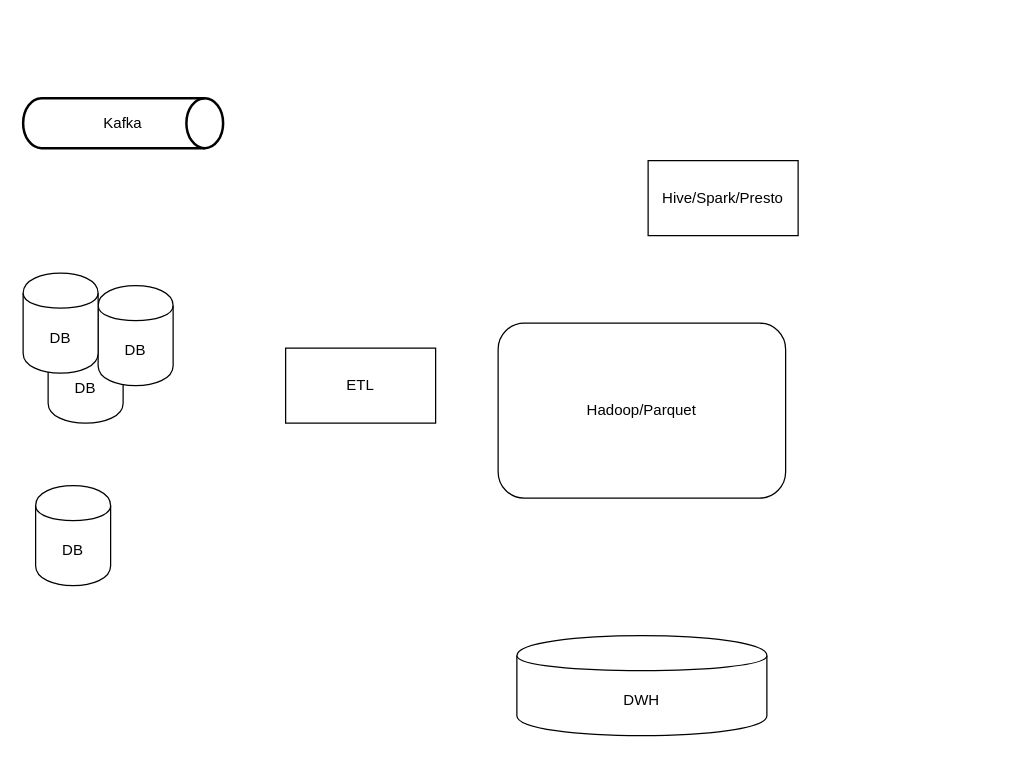
The draw.io diagram task-2/arch.drawio in reuvengi/DE, before the edit. Source tidied: cells renumbered, new cells numbered last; positions are measured from the earlier drawing's top-left corner, leaving out a move shared by most shapes. Both pictures are drawn from the tidied source at 125%, with x=0, y=0 at pixel (22, 98).
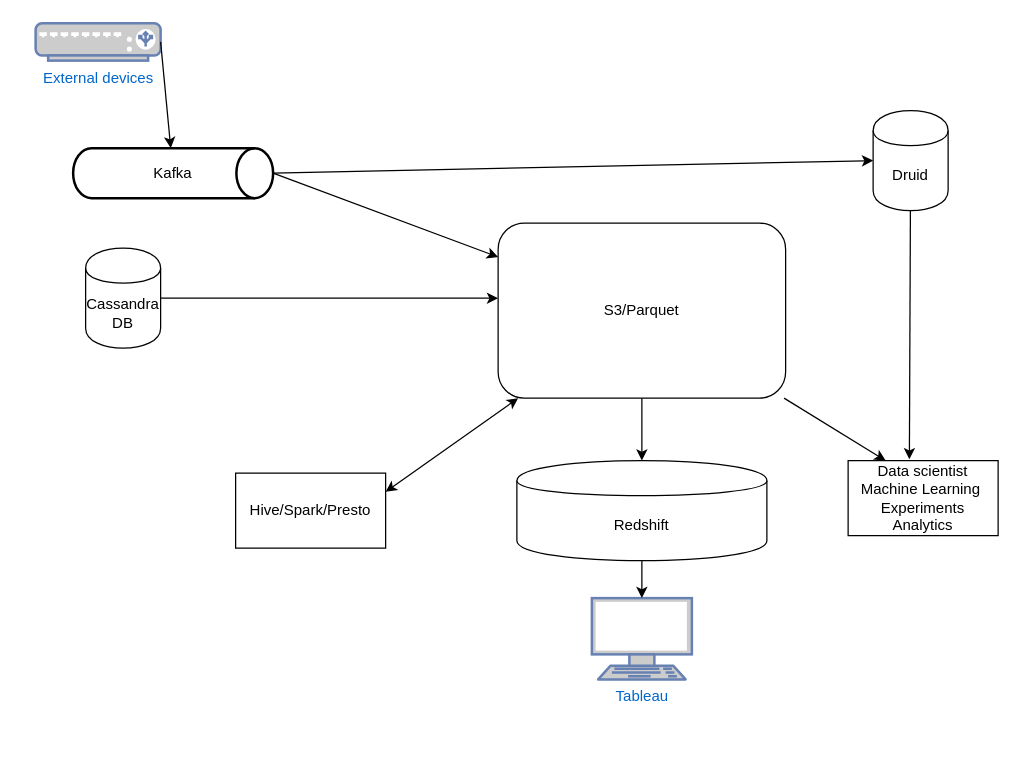
Above is the later version.

What changed in the source:
```diff
@@
-    <mxCell id="2" value="Hadoop/Parquet" style="rounded=1;whiteSpace=wrap;html=1;" parent="1" vertex="1">
-      <mxGeometry x="380" y="180" width="230" height="140" as="geometry" />
+    <mxCell id="2" value="S3/Parquet" style="rounded=1;whiteSpace=wrap;html=1;" parent="1" vertex="1">
+      <mxGeometry x="380" y="100" width="230" height="140" as="geometry" />
     </mxCell>
-    <mxCell id="3" value="ETL" style="rounded=0;whiteSpace=wrap;html=1;" parent="1" vertex="1">
-      <mxGeometry x="210" y="200" width="120" height="60" as="geometry" />
-    </mxCell>
-    <mxCell id="4" value="DB" style="shape=cylinder;whiteSpace=wrap;html=1;boundedLbl=1;backgroundOutline=1;" parent="1" vertex="1">
-      <mxGeometry x="10" y="310" width="60" height="80" as="geometry" />
+    <mxCell id="4" value="Cassandra DB" style="shape=cylinder;whiteSpace=wrap;html=1;boundedLbl=1;backgroundOutline=1;" parent="1" vertex="1">
+      <mxGeometry x="50" y="120" width="60" height="80" as="geometry" />
     </mxCell>
-    <mxCell id="5" value="DB" style="shape=cylinder;whiteSpace=wrap;html=1;boundedLbl=1;backgroundOutline=1;" parent="1" vertex="1">
-      <mxGeometry x="20" y="180" width="60" height="80" as="geometry" />
-    </mxCell>
-    <mxCell id="6" value="DB" style="shape=cylinder;whiteSpace=wrap;html=1;boundedLbl=1;backgroundOutline=1;" parent="1" vertex="1">
-      <mxGeometry x="60" y="150" width="60" height="80" as="geometry" />
-    </mxCell>
-    <mxCell id="7" value="DB" style="shape=cylinder;whiteSpace=wrap;html=1;boundedLbl=1;backgroundOutline=1;" parent="1" vertex="1">
-      <mxGeometry y="140" width="60" height="80" as="geometry" />
-    </mxCell>
     <mxCell id="8" value="Kafka" style="strokeWidth=2;html=1;shape=mxgraph.flowchart.direct_data;whiteSpace=wrap;" parent="1" vertex="1">
-      <mxGeometry width="160" height="40" as="geometry" />
+      <mxGeometry x="40" y="40" width="160" height="40" as="geometry" />
     </mxCell>
-    <mxCell id="9" value="DWH" style="shape=cylinder;whiteSpace=wrap;html=1;boundedLbl=1;backgroundOutline=1;" parent="1" vertex="1">
-      <mxGeometry x="395" y="430" width="200" height="80" as="geometry" />
+    <mxCell id="9" value="Redshift" style="shape=cylinder;whiteSpace=wrap;html=1;boundedLbl=1;backgroundOutline=1;" parent="1" vertex="1">
+      <mxGeometry x="395" y="290" width="200" height="80" as="geometry" />
     </mxCell>
     <mxCell id="10" value="Hive/Spark/Presto" style="rounded=0;whiteSpace=wrap;html=1;" parent="1" vertex="1">
-      <mxGeometry x="500" y="50" width="120" height="60" as="geometry" />
+      <mxGeometry x="170" y="300" width="120" height="60" as="geometry" />
     </mxCell>
+    <mxCell id="11" style="endArrow=classic;html=1;exitX=1;exitY=0.5;exitDx=0;exitDy=0;exitPerimeter=0;" parent="1" edge="1" source="8" target="2">
+      <mxGeometry relative="1" as="geometry" />
+    </mxCell>
+    <mxCell id="12" value="External devices" style="fontColor=#0066CC;verticalAlign=top;verticalLabelPosition=bottom;labelPosition=center;align=center;html=1;outlineConnect=0;fillColor=#CCCCCC;strokeColor=#6881B3;gradientColor=none;gradientDirection=north;strokeWidth=2;shape=mxgraph.networks.load_balancer;" parent="1" vertex="1">
+      <mxGeometry x="10" y="-60" width="100" height="30" as="geometry" />
+    </mxCell>
+    <mxCell id="13" style="endArrow=classic;html=1;exitX=1;exitY=0.5;exitDx=0;exitDy=0;exitPerimeter=0;" parent="1" edge="1" source="12" target="8">
+      <mxGeometry relative="1" as="geometry" />
+    </mxCell>
+    <mxCell id="14" style="endArrow=classic;html=1;exitX=1;exitY=0.5;exitDx=0;exitDy=0;entryX=0;entryY=0.429;entryDx=0;entryDy=0;entryPerimeter=0;" parent="1" edge="1" source="4" target="2">
+      <mxGeometry relative="1" as="geometry" />
+    </mxCell>
+    <mxCell id="15" style="endArrow=classic;startArrow=classic;html=1;entryX=1;entryY=0.25;entryDx=0;entryDy=0;" parent="1" edge="1" source="2" target="10">
+      <mxGeometry relative="1" as="geometry" />
+    </mxCell>
+    <mxCell id="16" value="Druid&lt;br&gt;" style="shape=cylinder;whiteSpace=wrap;html=1;boundedLbl=1;backgroundOutline=1;" parent="1" vertex="1">
+      <mxGeometry x="680" y="10" width="60" height="80" as="geometry" />
+    </mxCell>
+    <mxCell id="17" style="endArrow=classic;html=1;entryX=0.5;entryY=0;entryDx=0;entryDy=0;exitX=0.5;exitY=1;exitDx=0;exitDy=0;" parent="1" edge="1" source="2" target="9">
+      <mxGeometry relative="1" as="geometry" />
+    </mxCell>
+    <mxCell id="18" style="endArrow=classic;html=1;entryX=0;entryY=0.5;entryDx=0;entryDy=0;exitX=1;exitY=0.5;exitDx=0;exitDy=0;exitPerimeter=0;" parent="1" edge="1" source="8" target="16">
+      <mxGeometry relative="1" as="geometry" />
+    </mxCell>
+    <mxCell id="19" value="Tableau" style="fontColor=#0066CC;verticalAlign=top;verticalLabelPosition=bottom;labelPosition=center;align=center;html=1;outlineConnect=0;fillColor=#CCCCCC;strokeColor=#6881B3;gradientColor=none;gradientDirection=north;strokeWidth=2;shape=mxgraph.networks.terminal;" parent="1" vertex="1">
+      <mxGeometry x="455" y="400" width="80" height="65" as="geometry" />
+    </mxCell>
+    <mxCell id="20" style="endArrow=classic;html=1;exitX=0.5;exitY=1;exitDx=0;exitDy=0;entryX=0.5;entryY=0;entryDx=0;entryDy=0;entryPerimeter=0;" parent="1" edge="1" source="9" target="19">
+      <mxGeometry relative="1" as="geometry" />
+    </mxCell>
+    <mxCell id="21" style="endArrow=classic;html=1;entryX=0.25;entryY=0;entryDx=0;entryDy=0;" parent="1" edge="1" source="2" target="22">
+      <mxGeometry relative="1" as="geometry" />
+    </mxCell>
+    <mxCell id="22" value="Data scientist&lt;br&gt;Machine Learning&amp;nbsp;&lt;br&gt;Experiments&lt;br&gt;Analytics" style="rounded=0;whiteSpace=wrap;html=1;" parent="1" vertex="1">
+      <mxGeometry x="660" y="290" width="120" height="60" as="geometry" />
+    </mxCell>
+    <mxCell id="23" style="endArrow=classic;html=1;" parent="1" edge="1" source="16">
+      <mxGeometry relative="1" as="geometry">
+        <mxPoint x="709" y="289" as="targetPoint" />
+      </mxGeometry>
+    </mxCell>
```
